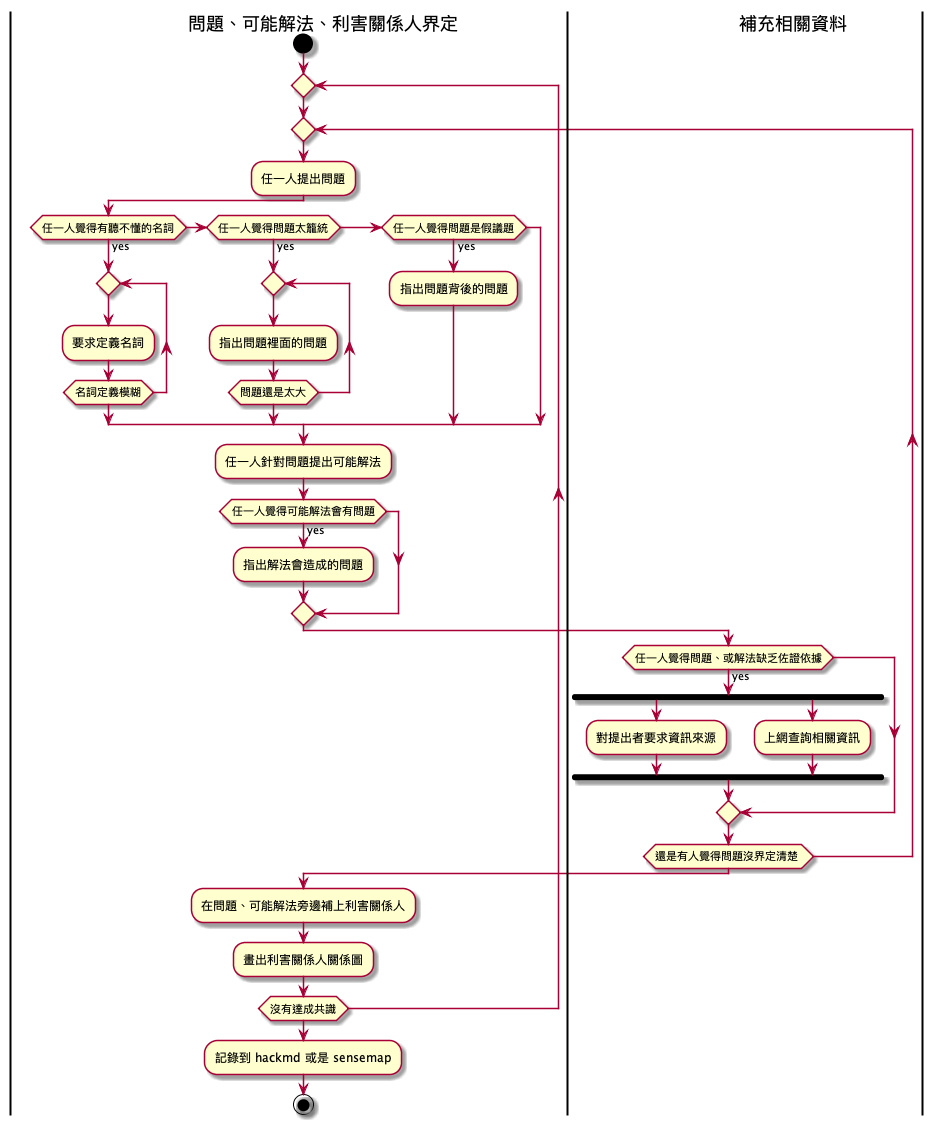
Earlier version of the PlantUML export report2/images/problem_idenity_flow.png (SenseTW/ArrTMDReport).
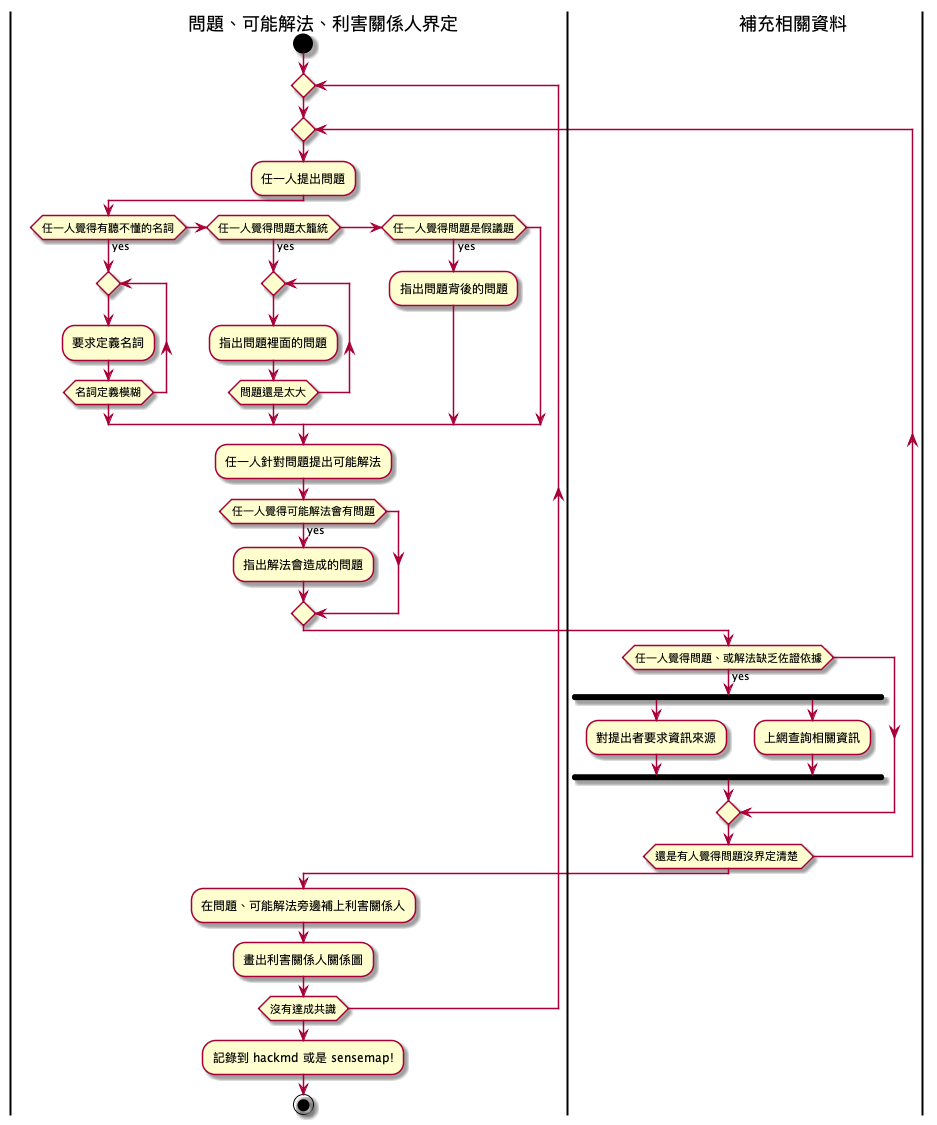
After the change.

The edit, as a diff of the source:
```diff
@@ -32,6 +32,6 @@
  :在問題、可能解法旁邊補上利害關係人;
  :畫出利害關係人關係圖;
  repeat while (沒有達成共識)
- :記錄到 hackmd 或是 sensemap;
+ :記錄到 hackmd 或是 sensemap!;
  stop
 @enduml
```
